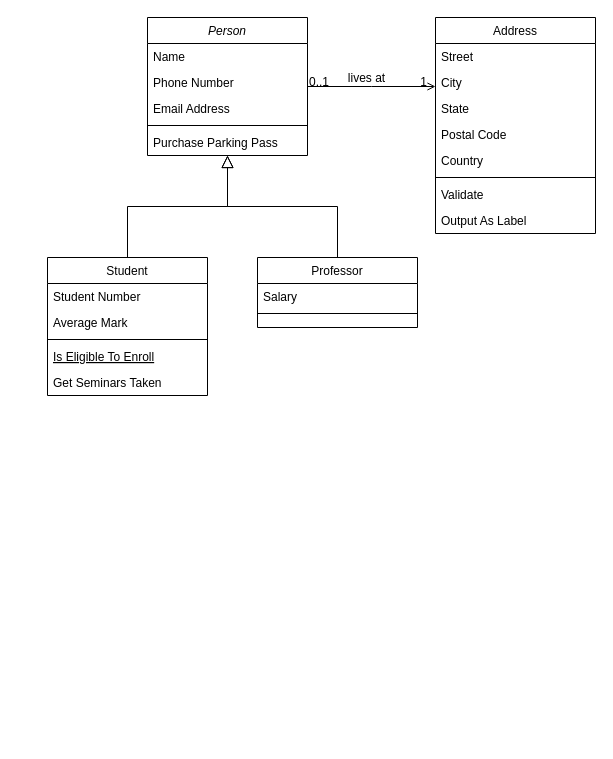
The draw.io diagram Untitled Diagram.drawio in ChenZhengwei20190741/mydiary, before the edit. Source tidied: cells renumbered, new cells numbered last; positions are measured from the earlier drawing's top-left corner, leaving out a move shared by most shapes. Both pictures are drawn from the tidied source at 100%, with x=0, y=0 at pixel (47, 17).
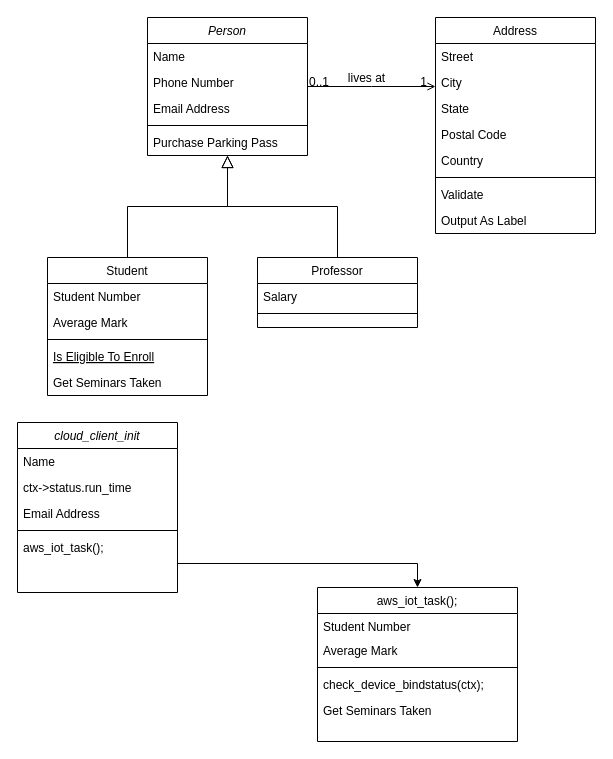
Above is the later version.

What changed in the source:
```diff
@@
+    <mxCell id="32" value="cloud_client_init" style="swimlane;fontStyle=2;align=center;verticalAlign=top;horizontal=1;startSize=26;rounded=0;shadow=0;strokeWidth=1;" parent="1" vertex="1">
+      <mxGeometry x="-30" y="405" width="160" height="170" as="geometry" />
+    </mxCell>
+    <mxCell id="33" value="Name" style="text;align=left;verticalAlign=top;spacingLeft=4;spacingRight=4;overflow=hidden;" parent="32" vertex="1">
+      <mxGeometry y="26" width="160" height="26" as="geometry" />
+    </mxCell>
+    <mxCell id="34" value="ctx-&gt;status.run_time" style="text;align=left;verticalAlign=top;spacingLeft=4;spacingRight=4;overflow=hidden;rounded=0;shadow=0;html=0;" parent="32" vertex="1">
+      <mxGeometry y="52" width="160" height="26" as="geometry" />
+    </mxCell>
+    <mxCell id="35" value="Email Address" style="text;align=left;verticalAlign=top;spacingLeft=4;spacingRight=4;overflow=hidden;rounded=0;shadow=0;html=0;" parent="32" vertex="1">
+      <mxGeometry y="78" width="160" height="26" as="geometry" />
+    </mxCell>
+    <mxCell id="36" style="line;html=1;strokeWidth=1;align=left;verticalAlign=middle;spacingTop=-1;spacingLeft=3;spacingRight=3;labelPosition=right;" parent="32" vertex="1">
+      <mxGeometry y="104" width="160" height="8" as="geometry" />
+    </mxCell>
+    <mxCell id="37" value="aws_iot_task();&#10;" style="text;align=left;verticalAlign=top;spacingLeft=4;spacingRight=4;overflow=hidden;points=[[0,0.5],[1,0.5]];portConstraint=eastwest;strokeColor=none;fillColor=none;" parent="32" vertex="1">
+      <mxGeometry y="112" width="160" height="58" as="geometry" />
+    </mxCell>
+    <mxCell id="38" value="aws_iot_task();&#10;" style="swimlane;fontStyle=0;align=center;verticalAlign=top;horizontal=1;startSize=26;rounded=0;shadow=0;strokeWidth=1;" parent="1" vertex="1">
+      <mxGeometry x="270" y="570" width="200" height="154" as="geometry" />
+    </mxCell>
+    <mxCell id="39" value="Student Number" style="text;align=left;verticalAlign=top;spacingLeft=4;spacingRight=4;overflow=hidden;" parent="38" vertex="1">
+      <mxGeometry y="26" width="200" height="24" as="geometry" />
+    </mxCell>
+    <mxCell id="40" value="Average Mark" style="text;align=left;verticalAlign=top;spacingLeft=4;spacingRight=4;overflow=hidden;rounded=0;shadow=0;html=0;" parent="38" vertex="1">
+      <mxGeometry y="50" width="200" height="26" as="geometry" />
+    </mxCell>
+    <mxCell id="41" style="line;html=1;strokeWidth=1;align=left;verticalAlign=middle;spacingTop=-1;spacingLeft=3;spacingRight=3;labelPosition=right;" parent="38" vertex="1">
+      <mxGeometry y="76" width="200" height="8" as="geometry" />
+    </mxCell>
+    <mxCell id="42" value="check_device_bindstatus(ctx);" style="text;align=left;verticalAlign=top;spacingLeft=4;spacingRight=4;overflow=hidden;fontStyle=0;" parent="38" vertex="1">
+      <mxGeometry y="84" width="200" height="26" as="geometry" />
+    </mxCell>
+    <mxCell id="43" value="Get Seminars Taken" style="text;align=left;verticalAlign=top;spacingLeft=4;spacingRight=4;overflow=hidden;" parent="38" vertex="1">
+      <mxGeometry y="110" width="200" height="26" as="geometry" />
+    </mxCell>
+    <mxCell id="44" style="edgeStyle=orthogonalEdgeStyle;rounded=0;jettySize=auto;html=1;exitX=1;exitY=0.5;exitDx=0;exitDy=0;entryX=0.5;entryY=0;entryDx=0;entryDy=0;" parent="1" edge="1" source="37" target="38">
+      <mxGeometry relative="1" as="geometry" />
+    </mxCell>
```
